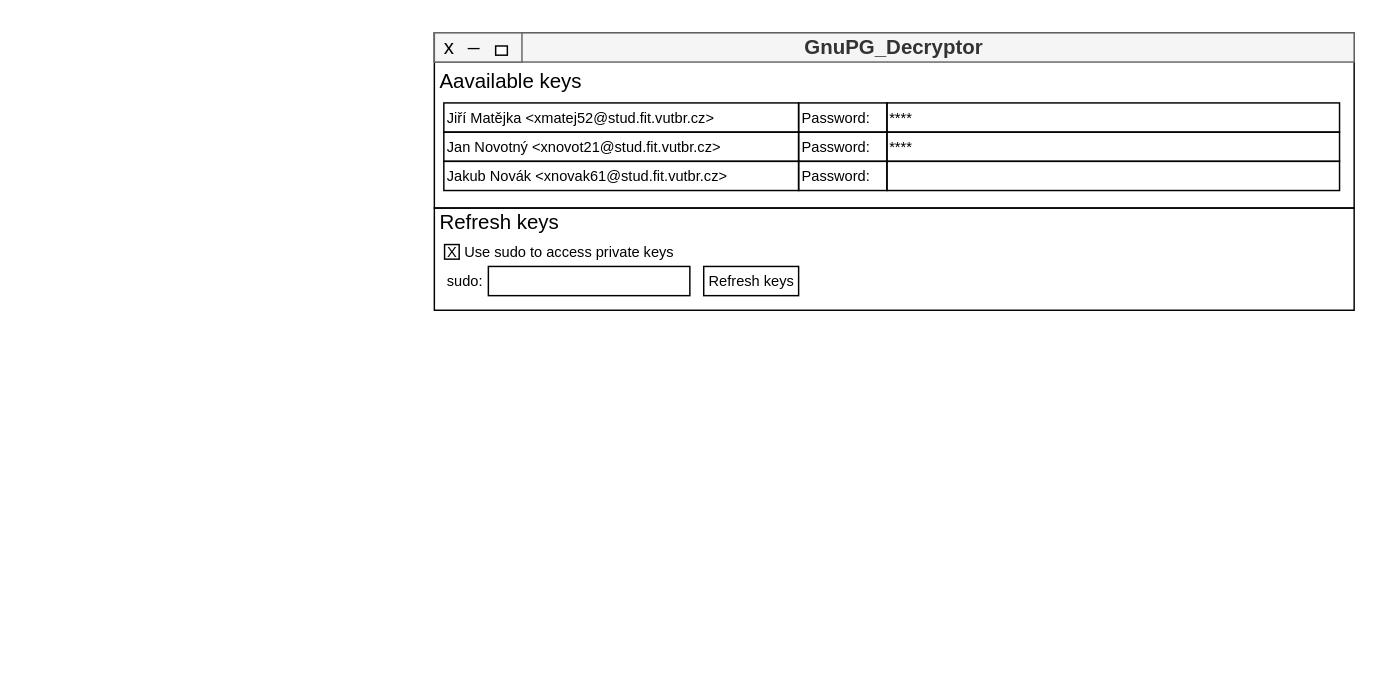
Before: text/draw/UI-design.drawio in tehryn/diploma-thesis, a draw.io diagram. Source tidied: cells renumbered, new cells numbered last; positions are measured from the earlier drawing's top-left corner, leaving out a move shared by most shapes. Both pictures are drawn from the tidied source at 146%, with x=0, y=0 at pixel (434, 23).
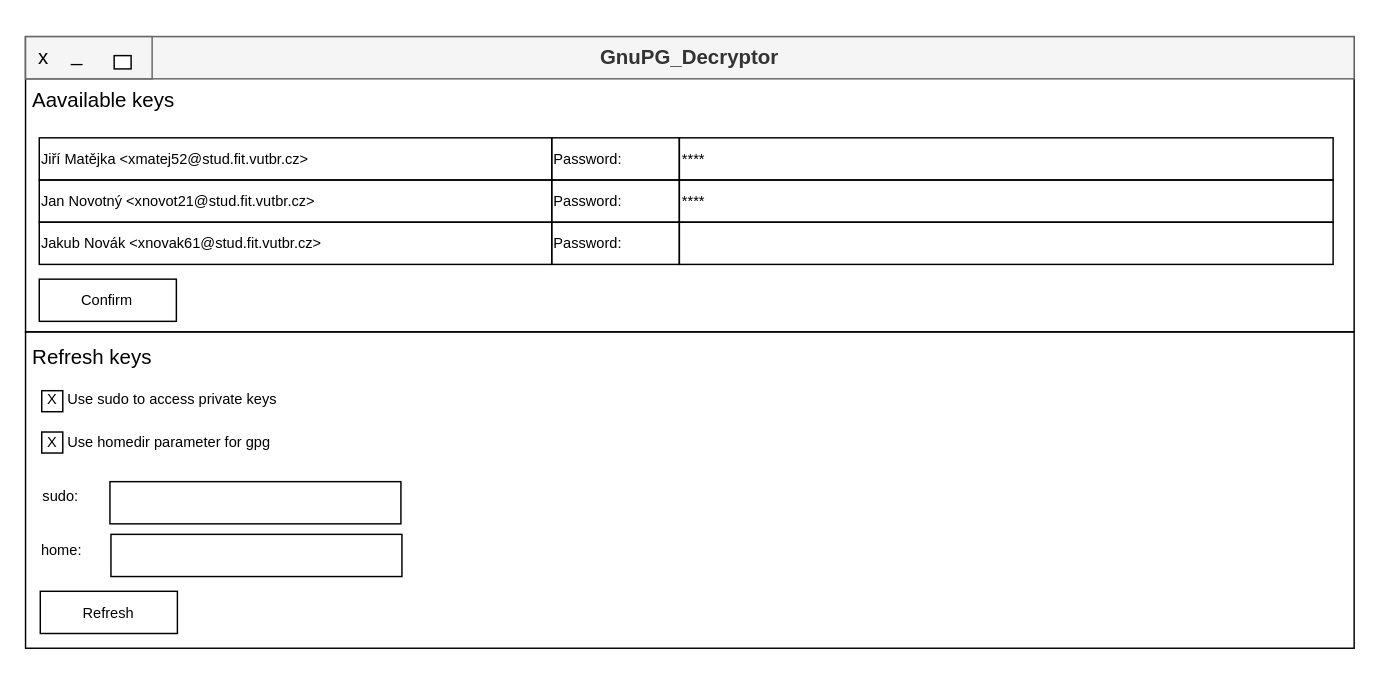
The same diagram, later.

The edit, as a diff of the source:
```diff
@@
+    <mxCell id="26" style="group;" parent="1" vertex="1">
+      <mxGeometry x="-280" y="0.3" width="910" height="427.2" as="geometry" />
+    </mxCell>
-    <mxCell id="2" style="rounded=0;whiteSpace=wrap;html=1;" parent="1" vertex="1">
-      <mxGeometry y="6" width="630" height="120" as="geometry" />
+    <mxCell id="2" style="rounded=0;whiteSpace=wrap;html=1;" parent="26" vertex="1">
+      <mxGeometry y="8.3" width="910" height="202.2" as="geometry" />
     </mxCell>
-    <mxCell id="3" value="&lt;span style=&quot;font-weight: 700 ; white-space: normal&quot;&gt;GnuPG_Decryptor&lt;/span&gt;" style="rounded=0;whiteSpace=wrap;html=1;fontSize=14;fillColor=#f5f5f5;strokeColor=#666666;fontColor=#333333;" parent="1" vertex="1">
-      <mxGeometry y="6" width="630" height="20" as="geometry" />
+    <mxCell id="3" value="&lt;span style=&quot;font-weight: 700 ; white-space: normal&quot;&gt;GnuPG_Decryptor&lt;/span&gt;" style="rounded=0;whiteSpace=wrap;html=1;fontSize=14;fillColor=#f5f5f5;strokeColor=#666666;fontColor=#333333;" parent="26" vertex="1">
+      <mxGeometry y="8.3" width="910" height="28.9" as="geometry" />
     </mxCell>
-    <mxCell id="4" style="rounded=0;whiteSpace=wrap;html=1;fillColor=#f5f5f5;strokeColor=#666666;fontColor=#333333;" parent="1" vertex="1">
-      <mxGeometry y="6" width="60" height="20" as="geometry" />
+    <mxCell id="4" style="rounded=0;whiteSpace=wrap;html=1;fillColor=#f5f5f5;strokeColor=#666666;fontColor=#333333;" parent="26" vertex="1">
+      <mxGeometry y="8.3" width="86.7" height="28.9" as="geometry" />
     </mxCell>
-    <mxCell id="5" value="x" style="text;html=1;align=center;verticalAlign=middle;fontSize=14;" parent="1" vertex="1">
-      <mxGeometry y="6" width="20" height="20" as="geometry" />
+    <mxCell id="5" value="x" style="text;html=1;align=center;verticalAlign=middle;fontSize=14;" parent="26" vertex="1">
+      <mxGeometry x="2" y="12.3" width="20" height="20" as="geometry" />
     </mxCell>
-    <mxCell id="6" value="_" style="text;html=1;align=center;verticalAlign=middle;fontSize=14;" parent="1" vertex="1">
-      <mxGeometry x="17" y="0.3" width="20" height="20" as="geometry" />
+    <mxCell id="6" value="_" style="text;html=1;align=center;verticalAlign=middle;fontSize=14;" parent="26" vertex="1">
+      <mxGeometry x="24.6" y="11" width="20" height="20" as="geometry" />
     </mxCell>
-    <mxCell id="7" style="rounded=0;whiteSpace=wrap;html=1;fontSize=14;" parent="1" vertex="1">
-      <mxGeometry x="42" y="15" width="8" height="6.3" as="geometry" />
+    <mxCell id="7" style="rounded=0;whiteSpace=wrap;html=1;fontSize=14;" parent="26" vertex="1">
+      <mxGeometry x="60.7" y="21.3" width="11.6" height="9.1" as="geometry" />
     </mxCell>
-    <mxCell id="8" value="Aavailable keys" style="text;html=1;align=left;verticalAlign=middle;fontSize=14;" parent="1" vertex="1">
-      <mxGeometry x="2" y="29" width="110" height="20" as="geometry" />
+    <mxCell id="8" value="Aavailable keys" style="text;html=1;align=left;verticalAlign=middle;fontSize=14;" parent="26" vertex="1">
+      <mxGeometry x="2.9" y="41.5" width="110" height="20" as="geometry" />
     </mxCell>
-    <mxCell id="9" value="&lt;div style=&quot;font-size: 10px&quot;&gt;&lt;span&gt;Jiří Matějka &amp;lt;xmatej52@stud.fit.vutbr.cz&amp;gt;&lt;/span&gt;&lt;/div&gt;" style="rounded=0;whiteSpace=wrap;html=1;fillColor=none;fontSize=10;align=left;" parent="1" vertex="1">
-      <mxGeometry x="6.5" y="54" width="243" height="20" as="geometry" />
+    <mxCell id="9" value="&lt;div style=&quot;font-size: 10px&quot;&gt;&lt;span&gt;Jiří Matějka &amp;lt;xmatej52@stud.fit.vutbr.cz&amp;gt;&lt;/span&gt;&lt;/div&gt;" style="rounded=0;whiteSpace=wrap;html=1;fillColor=none;fontSize=10;align=left;" parent="26" vertex="1">
+      <mxGeometry x="9.4" y="77.6" width="351" height="28.9" as="geometry" />
     </mxCell>
-    <mxCell id="10" value="Refresh keys" style="text;html=1;align=left;verticalAlign=middle;fontSize=14;" parent="1" vertex="1">
-      <mxGeometry x="2" y="126" width="100" height="20" as="geometry" />
+    <mxCell id="10" value="Refresh keys" style="text;html=1;align=left;verticalAlign=middle;fontSize=14;" parent="26" vertex="1">
+      <mxGeometry x="2.9" y="217.7" width="100" height="20" as="geometry" />
     </mxCell>
-    <mxCell id="11" value="&lt;div style=&quot;font-size: 10px&quot;&gt;&lt;span&gt;Jan Novotný &amp;lt;xnovot21@stud.fit.vutbr.cz&amp;gt;&lt;/span&gt;&lt;/div&gt;" style="rounded=0;whiteSpace=wrap;html=1;fillColor=none;fontSize=10;align=left;" parent="1" vertex="1">
-      <mxGeometry x="6.5" y="74" width="243" height="20" as="geometry" />
+    <mxCell id="11" value="&lt;div style=&quot;font-size: 10px&quot;&gt;&lt;span&gt;Jan Novotný &amp;lt;xnovot21@stud.fit.vutbr.cz&amp;gt;&lt;/span&gt;&lt;/div&gt;" style="rounded=0;whiteSpace=wrap;html=1;fillColor=none;fontSize=10;align=left;" parent="26" vertex="1">
+      <mxGeometry x="9.4" y="106.5" width="351" height="28.9" as="geometry" />
     </mxCell>
-    <mxCell id="12" value="&lt;div style=&quot;font-size: 10px&quot;&gt;&lt;span&gt;Jakub Novák &amp;lt;xnovak61@stud.fit.vutbr.cz&amp;gt;&lt;/span&gt;&lt;/div&gt;" style="rounded=0;whiteSpace=wrap;html=1;fillColor=none;fontSize=10;align=left;" parent="1" vertex="1">
-      <mxGeometry x="6.5" y="94" width="243" height="20" as="geometry" />
+    <mxCell id="12" value="&lt;div style=&quot;font-size: 10px&quot;&gt;&lt;span&gt;Jakub Novák &amp;lt;xnovak61@stud.fit.vutbr.cz&amp;gt;&lt;/span&gt;&lt;/div&gt;" style="rounded=0;whiteSpace=wrap;html=1;fillColor=none;fontSize=10;align=left;" parent="26" vertex="1">
+      <mxGeometry x="9.4" y="135.4" width="351" height="28.9" as="geometry" />
     </mxCell>
-    <mxCell id="13" value="&lt;div style=&quot;font-size: 10px&quot;&gt;&lt;span&gt;Password:&lt;/span&gt;&lt;/div&gt;" style="rounded=0;whiteSpace=wrap;html=1;fillColor=none;fontSize=10;align=left;" parent="1" vertex="1">
-      <mxGeometry x="249.5" y="54" width="60.5" height="20" as="geometry" />
+    <mxCell id="13" value="&lt;div style=&quot;font-size: 10px&quot;&gt;&lt;span&gt;Password:&lt;/span&gt;&lt;/div&gt;" style="rounded=0;whiteSpace=wrap;html=1;fillColor=none;fontSize=10;align=left;" parent="26" vertex="1">
+      <mxGeometry x="360.4" y="77.6" width="87.4" height="28.9" as="geometry" />
     </mxCell>
-    <mxCell id="14" value="&lt;div style=&quot;font-size: 10px&quot;&gt;&lt;span&gt;Password:&lt;/span&gt;&lt;/div&gt;" style="rounded=0;whiteSpace=wrap;html=1;fillColor=none;fontSize=10;align=left;" parent="1" vertex="1">
-      <mxGeometry x="249.5" y="74" width="60.5" height="20" as="geometry" />
+    <mxCell id="14" value="&lt;div style=&quot;font-size: 10px&quot;&gt;&lt;span&gt;Password:&lt;/span&gt;&lt;/div&gt;" style="rounded=0;whiteSpace=wrap;html=1;fillColor=none;fontSize=10;align=left;" parent="26" vertex="1">
+      <mxGeometry x="360.4" y="106.5" width="87.4" height="28.9" as="geometry" />
     </mxCell>
-    <mxCell id="15" value="&lt;div style=&quot;font-size: 10px&quot;&gt;&lt;span&gt;Password:&lt;/span&gt;&lt;/div&gt;" style="rounded=0;whiteSpace=wrap;html=1;fillColor=none;fontSize=10;align=left;" parent="1" vertex="1">
-      <mxGeometry x="249.5" y="94" width="60.5" height="20" as="geometry" />
+    <mxCell id="15" value="&lt;div style=&quot;font-size: 10px&quot;&gt;&lt;span&gt;Password:&lt;/span&gt;&lt;/div&gt;" style="rounded=0;whiteSpace=wrap;html=1;fillColor=none;fontSize=10;align=left;" parent="26" vertex="1">
+      <mxGeometry x="360.4" y="135.4" width="87.4" height="28.9" as="geometry" />
     </mxCell>
-    <mxCell id="16" value="&lt;div style=&quot;font-size: 10px&quot;&gt;&lt;span&gt;****&lt;/span&gt;&lt;/div&gt;" style="rounded=0;whiteSpace=wrap;html=1;fillColor=none;fontSize=10;align=left;" parent="1" vertex="1">
-      <mxGeometry x="310" y="54" width="310" height="20" as="geometry" />
+    <mxCell id="16" value="&lt;div style=&quot;font-size: 10px&quot;&gt;&lt;span&gt;****&lt;/span&gt;&lt;/div&gt;" style="rounded=0;whiteSpace=wrap;html=1;fillColor=none;fontSize=10;align=left;" parent="26" vertex="1">
+      <mxGeometry x="447.8" y="77.6" width="447.8" height="28.9" as="geometry" />
     </mxCell>
-    <mxCell id="17" value="&lt;div style=&quot;font-size: 10px&quot;&gt;&lt;span&gt;****&lt;/span&gt;&lt;/div&gt;" style="rounded=0;whiteSpace=wrap;html=1;fillColor=none;fontSize=10;align=left;" parent="1" vertex="1">
-      <mxGeometry x="310" y="74" width="310" height="20" as="geometry" />
+    <mxCell id="17" value="&lt;div style=&quot;font-size: 10px&quot;&gt;&lt;span&gt;****&lt;/span&gt;&lt;/div&gt;" style="rounded=0;whiteSpace=wrap;html=1;fillColor=none;fontSize=10;align=left;" parent="26" vertex="1">
+      <mxGeometry x="447.8" y="106.5" width="447.8" height="28.9" as="geometry" />
     </mxCell>
-    <mxCell id="18" value="&lt;div style=&quot;font-size: 10px&quot;&gt;&lt;br&gt;&lt;/div&gt;" style="rounded=0;whiteSpace=wrap;html=1;fillColor=none;fontSize=10;align=left;" parent="1" vertex="1">
-      <mxGeometry x="310" y="94" width="310" height="20" as="geometry" />
+    <mxCell id="18" value="&lt;div style=&quot;font-size: 10px&quot;&gt;&lt;br&gt;&lt;/div&gt;" style="rounded=0;whiteSpace=wrap;html=1;fillColor=none;fontSize=10;align=left;" parent="26" vertex="1">
+      <mxGeometry x="447.8" y="135.4" width="447.8" height="28.9" as="geometry" />
     </mxCell>
-    <mxCell id="19" style="rounded=0;whiteSpace=wrap;html=1;fillColor=none;fontSize=10;align=left;" parent="1" vertex="1">
-      <mxGeometry y="126" width="630" height="70" as="geometry" />
+    <mxCell id="19" style="rounded=0;whiteSpace=wrap;html=1;fillColor=none;fontSize=10;align=left;" parent="26" vertex="1">
+      <mxGeometry y="210.5" width="910" height="216.7" as="geometry" />
     </mxCell>
-    <mxCell id="20" style="rounded=0;whiteSpace=wrap;html=1;fillColor=none;fontSize=10;align=left;" parent="1" vertex="1">
-      <mxGeometry x="37" y="166" width="138" height="20" as="geometry" />
+    <mxCell id="20" style="rounded=0;whiteSpace=wrap;html=1;fillColor=none;fontSize=10;align=left;" parent="26" vertex="1">
+      <mxGeometry x="57.8" y="313.1" width="199.3" height="28.9" as="geometry" />
     </mxCell>
-    <mxCell id="21" value="sudo:" style="text;html=1;align=left;verticalAlign=middle;fontSize=10;" parent="1" vertex="1">
-      <mxGeometry x="7" y="166" width="40" height="20" as="geometry" />
+    <mxCell id="21" value="sudo:" style="text;html=1;align=left;verticalAlign=middle;fontSize=10;" parent="26" vertex="1">
+      <mxGeometry x="10.1" y="313.1" width="40" height="20" as="geometry" />
     </mxCell>
-    <mxCell id="22" value="X" style="text;html=1;align=center;verticalAlign=middle;fontSize=10;" parent="1" vertex="1">
-      <mxGeometry x="2" y="146" width="20" height="20" as="geometry" />
+    <mxCell id="22" value="X" style="text;html=1;align=center;verticalAlign=middle;fontSize=10;" parent="26" vertex="1">
+      <mxGeometry x="7.9" y="246.6" width="20" height="20" as="geometry" />
     </mxCell>
-    <mxCell id="23" style="rounded=0;whiteSpace=wrap;html=1;fillColor=none;fontSize=10;align=left;" parent="1" vertex="1">
-      <mxGeometry x="7" y="151" width="10" height="10" as="geometry" />
+    <mxCell id="23" style="rounded=0;whiteSpace=wrap;html=1;fillColor=none;fontSize=10;align=left;" parent="26" vertex="1">
+      <mxGeometry x="11.1" y="250.8" width="14.4" height="14.4" as="geometry" />
     </mxCell>
-    <mxCell id="24" value="Use sudo to access private keys" style="text;html=1;align=left;verticalAlign=middle;fontSize=10;" parent="1" vertex="1">
-      <mxGeometry x="19" y="146" width="160" height="20" as="geometry" />
+    <mxCell id="24" value="Use sudo to access private keys" style="text;html=1;align=left;verticalAlign=middle;fontSize=10;" parent="26" vertex="1">
+      <mxGeometry x="27.4" y="246.6" width="160" height="20" as="geometry" />
     </mxCell>
-    <mxCell id="25" value="Refresh keys" style="rounded=0;whiteSpace=wrap;html=1;fillColor=none;fontSize=10;align=center;" parent="1" vertex="1">
-      <mxGeometry x="184.5" y="166" width="65" height="20" as="geometry" />
-    </mxCell>
+    <mxCell id="27" style="rounded=0;whiteSpace=wrap;html=1;fillColor=none;fontSize=10;align=left;" parent="26" vertex="1">
+      <mxGeometry x="58.5" y="349.2" width="199.3" height="28.9" as="geometry" />
+    </mxCell>
+    <mxCell id="28" value="home:" style="text;html=1;align=left;verticalAlign=middle;fontSize=10;" parent="26" vertex="1">
+      <mxGeometry x="9.4" y="349.2" width="40" height="20" as="geometry" />
+    </mxCell>
+    <mxCell id="29" value="Refresh" style="rounded=0;whiteSpace=wrap;html=1;fillColor=none;fontSize=10;align=center;" parent="26" vertex="1">
+      <mxGeometry x="10.1" y="388.2" width="93.9" height="28.9" as="geometry" />
+    </mxCell>
+    <mxCell id="30" value="X" style="text;html=1;align=center;verticalAlign=middle;fontSize=10;" parent="26" vertex="1">
+      <mxGeometry x="7.9" y="275.5" width="20" height="20" as="geometry" />
+    </mxCell>
+    <mxCell id="31" style="rounded=0;whiteSpace=wrap;html=1;fillColor=none;fontSize=10;align=left;" parent="26" vertex="1">
+      <mxGeometry x="11.1" y="279.1" width="14.4" height="14.4" as="geometry" />
+    </mxCell>
+    <mxCell id="32" value="Use homedir parameter for gpg" style="text;html=1;align=left;verticalAlign=middle;fontSize=10;" parent="26" vertex="1">
+      <mxGeometry x="27.4" y="275.5" width="150" height="20" as="geometry" />
+    </mxCell>
+    <mxCell id="33" value="Confirm" style="rounded=0;whiteSpace=wrap;html=1;fillColor=none;fontSize=10;align=center;" parent="26" vertex="1">
+      <mxGeometry x="9.4" y="174.4" width="93.9" height="28.9" as="geometry" />
+    </mxCell>
```
